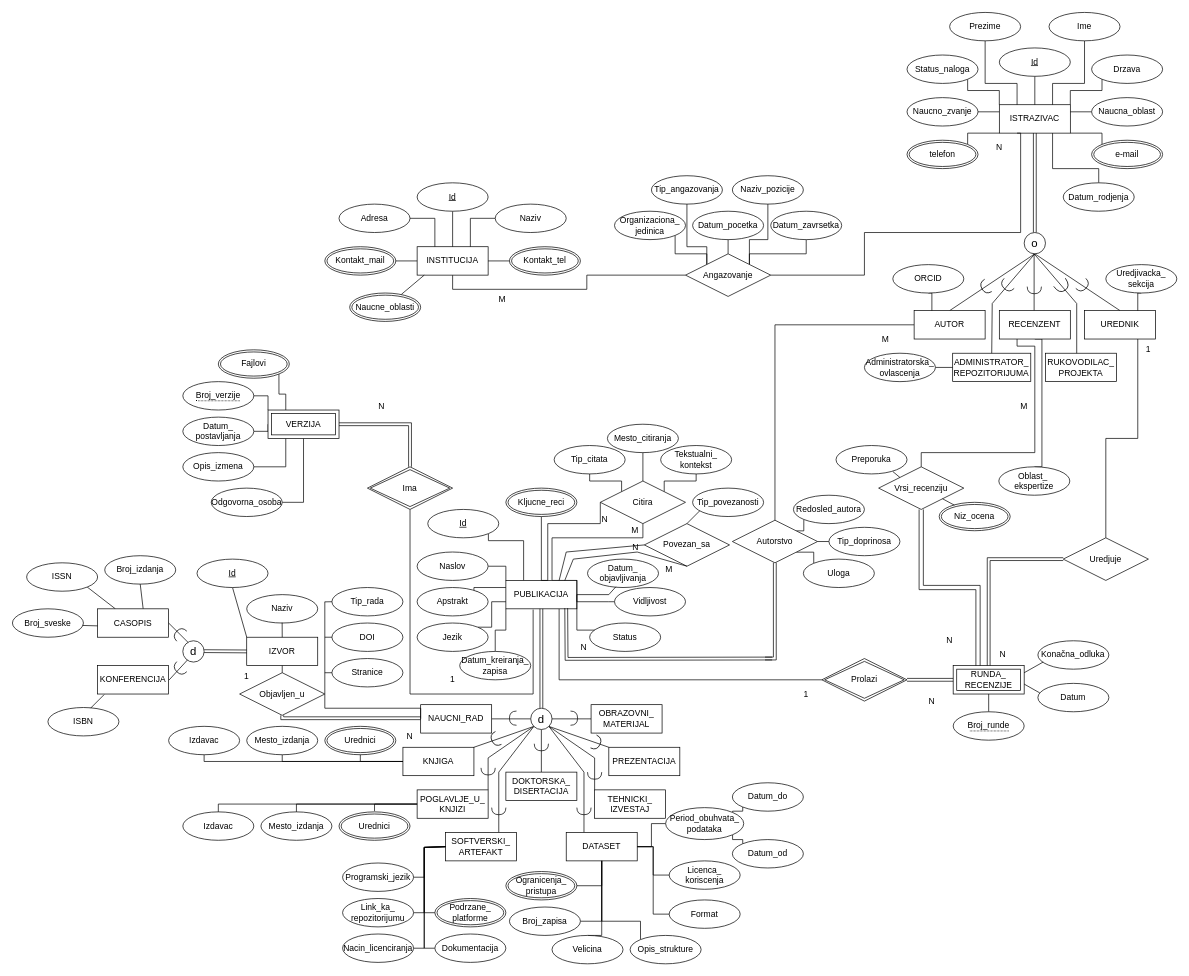
VeljkoAleksic04/sistemi_baza_podataka keeps this draw.io diagram as EER_DijagramBazeV5.drawio. Above is the earlier version. Source tidied: cells renumbered, new cells numbered last; positions are measured from the earlier drawing's top-left corner, leaving out a move shared by most shapes. Both pictures are drawn from the tidied source at 71%, with x=0, y=0 at pixel (12, 12).
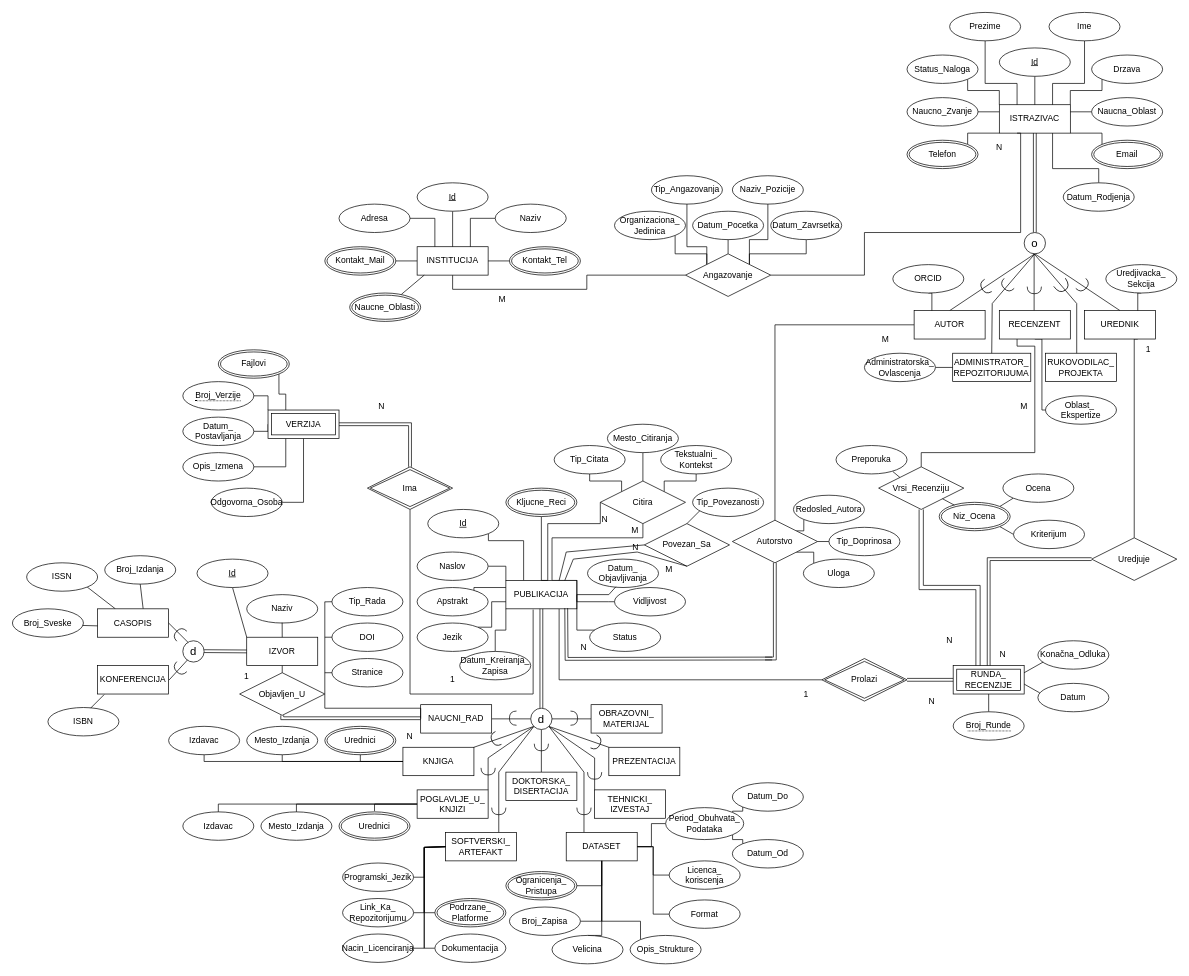
The same diagram, later.

Commit message (it also covers changes not shown here):
Izmenjen je kompletan sql fajl za kreiranje baze, radi 100%. Takodje, dodati su i sql fajlovi za brisanje baze i brisanje fajlova (za svaki slucaj)

The change refers to these unchanged cells:
```xml
<mxCell id="48" value="UREDNIK" style="whiteSpace=wrap;html=1;align=center;" parent="1" vertex="1">
  <mxGeometry x="1510" y="420" width="100" height="40" as="geometry" />
</mxCell>
<mxCell id="51" value="RECENZENT" style="whiteSpace=wrap;html=1;align=center;" parent="1" vertex="1">
  <mxGeometry x="1390" y="420" width="100" height="40" as="geometry" />
</mxCell>
<mxCell id="193" value="RUNDA_&lt;br&gt;RECENZIJE" style="shape=ext;margin=3;double=1;whiteSpace=wrap;html=1;align=center;" parent="1" vertex="1">
  <mxGeometry x="1325" y="920" width="100" height="40" as="geometry" />
</mxCell>
```

What changed in the source:
```diff
@@
-    <mxCell id="16" value="Kontakt_mail" style="ellipse;shape=doubleEllipse;margin=3;whiteSpace=wrap;html=1;align=center;" parent="1" vertex="1">
+    <mxCell id="16" value="Kontakt_Mail" style="ellipse;shape=doubleEllipse;margin=3;whiteSpace=wrap;html=1;align=center;" parent="1" vertex="1">
       <mxGeometry x="440" y="330" width="100" height="40" as="geometry" />
     </mxCell>
@@
-    <mxCell id="18" value="Kontakt_tel" style="ellipse;shape=doubleEllipse;margin=3;whiteSpace=wrap;html=1;align=center;" parent="1" vertex="1">
+    <mxCell id="18" value="Kontakt_Tel" style="ellipse;shape=doubleEllipse;margin=3;whiteSpace=wrap;html=1;align=center;" parent="1" vertex="1">
       <mxGeometry x="700" y="330" width="100" height="40" as="geometry" />
     </mxCell>
@@
-    <mxCell id="22" value="Status_naloga" style="ellipse;whiteSpace=wrap;html=1;align=center;" parent="1" vertex="1">
+    <mxCell id="22" value="Status_Naloga" style="ellipse;whiteSpace=wrap;html=1;align=center;" parent="1" vertex="1">
       <mxGeometry x="1260" y="60" width="100" height="40" as="geometry" />
     </mxCell>
@@
-    <mxCell id="24" value="Naucno_zvanje" style="ellipse;whiteSpace=wrap;html=1;align=center;" parent="1" vertex="1">
+    <mxCell id="24" value="Naucno_Zvanje" style="ellipse;whiteSpace=wrap;html=1;align=center;" parent="1" vertex="1">
       <mxGeometry x="1260" y="120" width="100" height="40" as="geometry" />
     </mxCell>
@@
-    <mxCell id="26" value="Naucna_oblast" style="ellipse;whiteSpace=wrap;html=1;align=center;" parent="1" vertex="1">
+    <mxCell id="26" value="Naucna_Oblast" style="ellipse;whiteSpace=wrap;html=1;align=center;" parent="1" vertex="1">
       <mxGeometry x="1520" y="120" width="100" height="40" as="geometry" />
     </mxCell>
@@
-    <mxCell id="30" value="telefon" style="ellipse;shape=doubleEllipse;margin=3;whiteSpace=wrap;html=1;align=center;" parent="1" vertex="1">
+    <mxCell id="30" value="Telefon" style="ellipse;shape=doubleEllipse;margin=3;whiteSpace=wrap;html=1;align=center;" parent="1" vertex="1">
       <mxGeometry x="1260" y="180" width="100" height="40" as="geometry" />
     </mxCell>
@@
-    <mxCell id="32" value="e-mail" style="ellipse;shape=doubleEllipse;margin=3;whiteSpace=wrap;html=1;align=center;" parent="1" vertex="1">
+    <mxCell id="32" value="Email" style="ellipse;shape=doubleEllipse;margin=3;whiteSpace=wrap;html=1;align=center;" parent="1" vertex="1">
       <mxGeometry x="1520" y="180" width="100" height="40" as="geometry" />
     </mxCell>
@@
-    <mxCell id="36" value="Datum_rodjenja" style="ellipse;whiteSpace=wrap;html=1;align=center;" parent="1" vertex="1">
+    <mxCell id="36" value="Datum_Rodjenja" style="ellipse;whiteSpace=wrap;html=1;align=center;" parent="1" vertex="1">
       <mxGeometry x="1480" y="240" width="100" height="40" as="geometry" />
     </mxCell>
@@
     <mxCell id="47" style="edgeStyle=orthogonalEdgeStyle;rounded=0;jettySize=auto;html=1;exitX=0.75;exitY=1;exitDx=0;exitDy=0;entryX=0.5;entryY=0;entryDx=0;entryDy=0;endArrow=none;endFill=0;" parent="1" edge="1" source="48" target="194">
-      <mxGeometry relative="1" as="geometry" />
+      <mxGeometry relative="1" as="geometry">
+        <Array as="points">
+          <mxPoint x="1580" y="460" />
+        </Array>
+      </mxGeometry>
     </mxCell>
@@
-    <mxCell id="49" style="edgeStyle=orthogonalEdgeStyle;rounded=0;jettySize=auto;html=1;exitX=0.5;exitY=1;exitDx=0;exitDy=0;entryX=0.5;entryY=0;entryDx=0;entryDy=0;endArrow=none;endFill=0;" parent="1" edge="1" source="51" target="62">
+    <mxCell id="49" style="edgeStyle=orthogonalEdgeStyle;rounded=0;jettySize=auto;html=1;exitX=0.5;exitY=1;exitDx=0;exitDy=0;entryX=0;entryY=0.5;entryDx=0;entryDy=0;endArrow=none;endFill=0;" parent="1" edge="1" source="51" target="62">
       <mxGeometry relative="1" as="geometry">
         <Array as="points">
           <mxPoint x="1450" y="460" />
-          <mxPoint x="1450" y="640" />
+          <mxPoint x="1450" y="560" />
         </Array>
       </mxGeometry>
     </mxCell>
@@
-    <mxCell id="62" value="Oblast_&amp;nbsp;&lt;div&gt;ekspertize&lt;/div&gt;" style="ellipse;whiteSpace=wrap;html=1;align=center;" parent="1" vertex="1">
-      <mxGeometry x="1389.3" y="640" width="100" height="40" as="geometry" />
+    <mxCell id="62" value="Oblast_&amp;nbsp;&lt;div&gt;Ekspertize&lt;/div&gt;" style="ellipse;whiteSpace=wrap;html=1;align=center;" parent="1" vertex="1">
+      <mxGeometry x="1455" y="540" width="100" height="40" as="geometry" />
     </mxCell>
@@
-    <mxCell id="64" value="Uredjivacka_ sekcija" style="ellipse;whiteSpace=wrap;html=1;align=center;" parent="1" vertex="1">
+    <mxCell id="64" value="Uredjivacka_ Sekcija" style="ellipse;whiteSpace=wrap;html=1;align=center;" parent="1" vertex="1">
       <mxGeometry x="1540" y="355.2" width="100" height="40" as="geometry" />
     </mxCell>
@@
-    <mxCell id="66" value="Administratorska_ ovlascenja" style="ellipse;whiteSpace=wrap;html=1;align=center;" parent="1" vertex="1">
+    <mxCell id="66" value="Administratorska_ Ovlascenja" style="ellipse;whiteSpace=wrap;html=1;align=center;" parent="1" vertex="1">
       <mxGeometry x="1200" y="480" width="100" height="40" as="geometry" />
     </mxCell>
@@
-    <mxCell id="73" value="Kljucne_reci" style="ellipse;shape=doubleEllipse;margin=3;whiteSpace=wrap;html=1;align=center;" parent="1" vertex="1">
+    <mxCell id="73" value="Kljucne_Reci" style="ellipse;shape=doubleEllipse;margin=3;whiteSpace=wrap;html=1;align=center;" parent="1" vertex="1">
       <mxGeometry x="695" y="670" width="100" height="40" as="geometry" />
     </mxCell>
@@
-    <mxCell id="75" value="Datum_kreiranja_ zapisa" style="ellipse;whiteSpace=wrap;html=1;align=center;" parent="1" vertex="1">
+    <mxCell id="75" value="Datum_Kreiranja_ Zapisa" style="ellipse;whiteSpace=wrap;html=1;align=center;" parent="1" vertex="1">
       <mxGeometry x="630" y="900" width="100" height="40" as="geometry" />
     </mxCell>
@@
-    <mxCell id="80" value="Datum_ objavljivanja" style="ellipse;whiteSpace=wrap;html=1;align=center;" parent="1" vertex="1">
+    <mxCell id="80" value="Datum_ Objavljivanja" style="ellipse;whiteSpace=wrap;html=1;align=center;" parent="1" vertex="1">
       <mxGeometry x="810" y="770" width="100" height="40" as="geometry" />
     </mxCell>
@@
-    <mxCell id="116" value="Mesto_izdanja" style="ellipse;whiteSpace=wrap;html=1;align=center;" parent="1" vertex="1">
+    <mxCell id="116" value="Mesto_Izdanja" style="ellipse;whiteSpace=wrap;html=1;align=center;" parent="1" vertex="1">
       <mxGeometry x="330" y="1005.5" width="100" height="40" as="geometry" />
     </mxCell>
@@
-    <mxCell id="121" value="Mesto_izdanja" style="ellipse;whiteSpace=wrap;html=1;align=center;" parent="1" vertex="1">
+    <mxCell id="121" value="Mesto_Izdanja" style="ellipse;whiteSpace=wrap;html=1;align=center;" parent="1" vertex="1">
       <mxGeometry x="350" y="1126" width="100" height="40" as="geometry" />
     </mxCell>
@@
-    <mxCell id="127" value="Opis_strukture" style="ellipse;whiteSpace=wrap;html=1;align=center;" parent="1" vertex="1">
+    <mxCell id="127" value="Opis_Strukture" style="ellipse;whiteSpace=wrap;html=1;align=center;" parent="1" vertex="1">
       <mxGeometry x="870" y="1300" width="100" height="40" as="geometry" />
     </mxCell>
@@
-    <mxCell id="129" value="Broj_zapisa" style="ellipse;whiteSpace=wrap;html=1;align=center;" parent="1" vertex="1">
+    <mxCell id="129" value="Broj_Zapisa" style="ellipse;whiteSpace=wrap;html=1;align=center;" parent="1" vertex="1">
       <mxGeometry x="700" y="1260" width="100" height="40" as="geometry" />
     </mxCell>
@@
-    <mxCell id="135" value="Datum_do" style="ellipse;whiteSpace=wrap;html=1;align=center;" parent="1" vertex="1">
+    <mxCell id="135" value="Datum_Do" style="ellipse;whiteSpace=wrap;html=1;align=center;" parent="1" vertex="1">
       <mxGeometry x="1014" y="1085" width="100" height="40" as="geometry" />
     </mxCell>
@@
-    <mxCell id="137" value="Datum_od" style="ellipse;whiteSpace=wrap;html=1;align=center;" parent="1" vertex="1">
+    <mxCell id="137" value="Datum_Od" style="ellipse;whiteSpace=wrap;html=1;align=center;" parent="1" vertex="1">
       <mxGeometry x="1014" y="1165" width="100" height="40" as="geometry" />
     </mxCell>
@@
-    <mxCell id="139" value="Period_obuhvata_ podataka" style="ellipse;whiteSpace=wrap;html=1;align=center;" parent="1" vertex="1">
+    <mxCell id="139" value="Period_Obuhvata_ Podataka" style="ellipse;whiteSpace=wrap;html=1;align=center;" parent="1" vertex="1">
       <mxGeometry x="920" y="1120" width="110" height="45" as="geometry" />
     </mxCell>
@@
-    <mxCell id="141" value="Ogranicenja_ pristupa" style="ellipse;shape=doubleEllipse;margin=3;whiteSpace=wrap;html=1;align=center;" parent="1" vertex="1">
+    <mxCell id="141" value="Ogranicenja_ Pristupa" style="ellipse;shape=doubleEllipse;margin=3;whiteSpace=wrap;html=1;align=center;" parent="1" vertex="1">
       <mxGeometry x="695" y="1210" width="100" height="40" as="geometry" />
     </mxCell>
@@
-    <mxCell id="146" value="Nacin_licenciranja" style="ellipse;whiteSpace=wrap;html=1;align=center;" parent="1" vertex="1">
+    <mxCell id="146" value="Nacin_Licenciranja" style="ellipse;whiteSpace=wrap;html=1;align=center;" parent="1" vertex="1">
       <mxGeometry x="465" y="1298" width="100" height="40" as="geometry" />
     </mxCell>
@@
-    <mxCell id="148" value="Link_ka_ repozitorijumu" style="ellipse;whiteSpace=wrap;html=1;align=center;" parent="1" vertex="1">
+    <mxCell id="148" value="Link_Ka_ Repozitorijumu" style="ellipse;whiteSpace=wrap;html=1;align=center;" parent="1" vertex="1">
       <mxGeometry x="465" y="1248" width="100" height="40" as="geometry" />
     </mxCell>
@@
-    <mxCell id="150" value="Programski_jezik" style="ellipse;whiteSpace=wrap;html=1;align=center;" parent="1" vertex="1">
+    <mxCell id="150" value="Programski_Jezik" style="ellipse;whiteSpace=wrap;html=1;align=center;" parent="1" vertex="1">
       <mxGeometry x="465" y="1198" width="100" height="40" as="geometry" />
     </mxCell>
-    <mxCell id="151" value="Podrzane_&lt;br&gt;platforme" style="ellipse;shape=doubleEllipse;margin=3;whiteSpace=wrap;html=1;align=center;" parent="1" vertex="1">
+    <mxCell id="151" value="Podrzane_&lt;br&gt;Platforme" style="ellipse;shape=doubleEllipse;margin=3;whiteSpace=wrap;html=1;align=center;" parent="1" vertex="1">
       <mxGeometry x="595" y="1248" width="100" height="40" as="geometry" />
     </mxCell>
@@
-    <mxCell id="153" value="Datum_pocetka" style="ellipse;whiteSpace=wrap;html=1;align=center;" parent="1" vertex="1">
+    <mxCell id="153" value="Datum_Pocetka" style="ellipse;whiteSpace=wrap;html=1;align=center;" parent="1" vertex="1">
       <mxGeometry x="958" y="280" width="100" height="40" as="geometry" />
     </mxCell>
@@
-    <mxCell id="155" value="Datum_zavrsetka" style="ellipse;whiteSpace=wrap;html=1;align=center;" parent="1" vertex="1">
+    <mxCell id="155" value="Datum_Zavrsetka" style="ellipse;whiteSpace=wrap;html=1;align=center;" parent="1" vertex="1">
       <mxGeometry x="1068" y="280" width="100" height="40" as="geometry" />
     </mxCell>
@@
-    <mxCell id="157" value="Naziv_pozicije" style="ellipse;whiteSpace=wrap;html=1;align=center;" parent="1" vertex="1">
+    <mxCell id="157" value="Naziv_Pozicije" style="ellipse;whiteSpace=wrap;html=1;align=center;" parent="1" vertex="1">
       <mxGeometry x="1014" y="230" width="100" height="40" as="geometry" />
     </mxCell>
@@
-    <mxCell id="159" value="Tip_angazovanja" style="ellipse;whiteSpace=wrap;html=1;align=center;" parent="1" vertex="1">
+    <mxCell id="159" value="Tip_Angazovanja" style="ellipse;whiteSpace=wrap;html=1;align=center;" parent="1" vertex="1">
       <mxGeometry x="900" y="230" width="100" height="40" as="geometry" />
     </mxCell>
@@
-    <mxCell id="161" value="Organizaciona_ jedinica" style="ellipse;whiteSpace=wrap;html=1;align=center;" parent="1" vertex="1">
+    <mxCell id="161" value="Organizaciona_ Jedinica" style="ellipse;whiteSpace=wrap;html=1;align=center;" parent="1" vertex="1">
       <mxGeometry x="848" y="280" width="100" height="40" as="geometry" />
     </mxCell>
@@
-    <mxCell id="170" value="&lt;div&gt;Odgovorna_osoba&lt;/div&gt;" style="ellipse;whiteSpace=wrap;html=1;align=center;" parent="1" vertex="1">
+    <mxCell id="170" value="&lt;div&gt;Odgovorna_Osoba&lt;/div&gt;" style="ellipse;whiteSpace=wrap;html=1;align=center;" parent="1" vertex="1">
       <mxGeometry x="280" y="670" width="100" height="40" as="geometry" />
     </mxCell>
-    <mxCell id="171" value="&lt;div&gt;Opis_izmena&lt;/div&gt;" style="ellipse;whiteSpace=wrap;html=1;align=center;" parent="1" vertex="1">
+    <mxCell id="171" value="&lt;div&gt;Opis_Izmena&lt;/div&gt;" style="ellipse;whiteSpace=wrap;html=1;align=center;" parent="1" vertex="1">
       <mxGeometry x="240" y="620" width="100" height="40" as="geometry" />
     </mxCell>
-    <mxCell id="172" value="Datum_&lt;br&gt;postavljanja" style="ellipse;whiteSpace=wrap;html=1;align=center;" parent="1" vertex="1">
+    <mxCell id="172" value="Datum_&lt;br&gt;Postavljanja" style="ellipse;whiteSpace=wrap;html=1;align=center;" parent="1" vertex="1">
       <mxGeometry x="240" y="570" width="100" height="40" as="geometry" />
     </mxCell>
@@
-    <mxCell id="179" value="Tip_doprinosa" style="ellipse;whiteSpace=wrap;html=1;align=center;fontStyle=0;" parent="1" vertex="1">
+    <mxCell id="179" value="Tip_Doprinosa" style="ellipse;whiteSpace=wrap;html=1;align=center;fontStyle=0;" parent="1" vertex="1">
       <mxGeometry x="1150" y="725.2" width="100" height="40" as="geometry" />
     </mxCell>
-    <mxCell id="180" value="Redosled_autora" style="ellipse;whiteSpace=wrap;html=1;align=center;fontStyle=0;strokeColor=default;" parent="1" vertex="1">
+    <mxCell id="180" value="Redosled_Autora" style="ellipse;whiteSpace=wrap;html=1;align=center;fontStyle=0;strokeColor=default;" parent="1" vertex="1">
       <mxGeometry x="1100" y="680" width="100" height="40" as="geometry" />
     </mxCell>
@@
-    <mxCell id="186" value="&lt;div&gt;Tip_citata&lt;/div&gt;" style="ellipse;whiteSpace=wrap;html=1;align=center;" parent="1" vertex="1">
+    <mxCell id="186" value="&lt;div&gt;Tip_Citata&lt;/div&gt;" style="ellipse;whiteSpace=wrap;html=1;align=center;" parent="1" vertex="1">
       <mxGeometry x="763" y="610" width="100" height="40" as="geometry" />
     </mxCell>
-    <mxCell id="187" value="&lt;div&gt;Mesto_citiranja&lt;/div&gt;" style="ellipse;whiteSpace=wrap;html=1;align=center;" parent="1" vertex="1">
+    <mxCell id="187" value="&lt;div&gt;Mesto_Citiranja&lt;/div&gt;" style="ellipse;whiteSpace=wrap;html=1;align=center;" parent="1" vertex="1">
       <mxGeometry x="838" y="580" width="100" height="40" as="geometry" />
     </mxCell>
-    <mxCell id="188" value="Tekstualni_ kontekst" style="ellipse;whiteSpace=wrap;html=1;align=center;" parent="1" vertex="1">
+    <mxCell id="188" value="Tekstualni_ Kontekst" style="ellipse;whiteSpace=wrap;html=1;align=center;" parent="1" vertex="1">
       <mxGeometry x="913" y="610" width="100" height="40" as="geometry" />
     </mxCell>
@@
     <mxCell id="194" value="Uredjuje" style="shape=rhombus;perimeter=rhombusPerimeter;whiteSpace=wrap;html=1;align=center;" parent="1" vertex="1">
-      <mxGeometry x="1480" y="740" width="120" height="60" as="geometry" />
+      <mxGeometry x="1520" y="740" width="120" height="60" as="geometry" />
     </mxCell>
-    <mxCell id="195" value="Konačna_odluka" style="ellipse;whiteSpace=wrap;html=1;align=center;" parent="1" vertex="1">
+    <mxCell id="195" value="Konačna_Odluka" style="ellipse;whiteSpace=wrap;html=1;align=center;" parent="1" vertex="1">
       <mxGeometry x="1444.3" y="885" width="100" height="40" as="geometry" />
     </mxCell>
@@
+    <mxCell id="270" style="rounded=0;jettySize=auto;html=1;exitX=1;exitY=0;exitDx=0;exitDy=0;entryX=0;entryY=1;entryDx=0;entryDy=0;endArrow=none;endFill=0;" parent="1" edge="1" source="198" target="272">
+      <mxGeometry relative="1" as="geometry" />
+    </mxCell>
+    <mxCell id="271" style="rounded=0;jettySize=auto;html=1;exitX=1;exitY=1;exitDx=0;exitDy=0;entryX=0;entryY=0.5;entryDx=0;entryDy=0;endArrow=none;endFill=0;" parent="1" edge="1" source="198" target="273">
+      <mxGeometry relative="1" as="geometry" />
+    </mxCell>
-    <mxCell id="198" value="Niz_ocena" style="ellipse;shape=doubleEllipse;margin=3;whiteSpace=wrap;html=1;align=center;" parent="1" vertex="1">
+    <mxCell id="198" value="Niz_Ocena" style="ellipse;shape=doubleEllipse;margin=3;whiteSpace=wrap;html=1;align=center;" parent="1" vertex="1">
       <mxGeometry x="1305.3" y="690" width="100" height="40" as="geometry" />
     </mxCell>
-    <mxCell id="199" value="Naucne_oblasti" style="ellipse;shape=doubleEllipse;margin=3;whiteSpace=wrap;html=1;align=center;" parent="1" vertex="1">
+    <mxCell id="199" value="Naucne_Oblasti" style="ellipse;shape=doubleEllipse;margin=3;whiteSpace=wrap;html=1;align=center;" parent="1" vertex="1">
       <mxGeometry x="475" y="395.2" width="100" height="40" as="geometry" />
     </mxCell>
@@
-    <mxCell id="202" value="Tip_rada" style="ellipse;whiteSpace=wrap;html=1;align=center;" parent="1" vertex="1">
+    <mxCell id="202" value="Tip_Rada" style="ellipse;whiteSpace=wrap;html=1;align=center;" parent="1" vertex="1">
       <mxGeometry x="450" y="810" width="100" height="40" as="geometry" />
     </mxCell>
@@
-    <mxCell id="206" value="&lt;div&gt;Vrsi_recenziju&lt;/div&gt;" style="shape=rhombus;perimeter=rhombusPerimeter;whiteSpace=wrap;html=1;align=center;" parent="1" vertex="1">
+    <mxCell id="206" value="&lt;div&gt;Vrsi_Recenziju&lt;/div&gt;" style="shape=rhombus;perimeter=rhombusPerimeter;whiteSpace=wrap;html=1;align=center;" parent="1" vertex="1">
       <mxGeometry x="1220" y="640" width="120" height="60" as="geometry" />
     </mxCell>
@@
-    <mxCell id="209" value="Objavljen_u" style="shape=rhombus;perimeter=rhombusPerimeter;whiteSpace=wrap;html=1;align=center;" parent="1" vertex="1">
+    <mxCell id="209" value="Objavljen_U" style="shape=rhombus;perimeter=rhombusPerimeter;whiteSpace=wrap;html=1;align=center;" parent="1" vertex="1">
       <mxGeometry x="320" y="930" width="120" height="60" as="geometry" />
     </mxCell>
@@
-    <mxCell id="219" value="Broj_izdanja" style="ellipse;whiteSpace=wrap;html=1;align=center;" parent="1" vertex="1">
+    <mxCell id="219" value="Broj_Izdanja" style="ellipse;whiteSpace=wrap;html=1;align=center;" parent="1" vertex="1">
       <mxGeometry x="130" y="765.2" width="100" height="40" as="geometry" />
     </mxCell>
@@
-    <mxCell id="221" value="Broj_sveske" style="ellipse;whiteSpace=wrap;html=1;align=center;" parent="1" vertex="1">
+    <mxCell id="221" value="Broj_Sveske" style="ellipse;whiteSpace=wrap;html=1;align=center;" parent="1" vertex="1">
       <mxGeometry y="840" width="100" height="40" as="geometry" />
     </mxCell>
@@
-    <mxCell id="230" value="Povezan_sa" style="shape=rhombus;perimeter=rhombusPerimeter;whiteSpace=wrap;html=1;align=center;" parent="1" vertex="1">
+    <mxCell id="230" value="Povezan_Sa" style="shape=rhombus;perimeter=rhombusPerimeter;whiteSpace=wrap;html=1;align=center;" parent="1" vertex="1">
       <mxGeometry x="890" y="720" width="120" height="60" as="geometry" />
     </mxCell>
@@
-    <mxCell id="235" value="&lt;div&gt;Tip_povezanosti&lt;/div&gt;" style="ellipse;whiteSpace=wrap;html=1;align=center;" parent="1" vertex="1">
+    <mxCell id="235" value="&lt;div&gt;Tip_Povezanosti&lt;/div&gt;" style="ellipse;whiteSpace=wrap;html=1;align=center;" parent="1" vertex="1">
       <mxGeometry x="958" y="670" width="100" height="40" as="geometry" />
     </mxCell>
-    <mxCell id="236" style="edgeStyle=orthogonalEdgeStyle;rounded=0;jettySize=auto;html=1;exitX=0.5;exitY=0;exitDx=0;exitDy=0;endArrow=none;endFill=0;shape=link;" parent="1" edge="1" source="193">
+    <mxCell id="236" style="edgeStyle=orthogonalEdgeStyle;rounded=0;jettySize=auto;html=1;exitX=0.5;exitY=0;exitDx=0;exitDy=0;endArrow=none;endFill=0;shape=link;entryX=0;entryY=0.5;entryDx=0;entryDy=0;" parent="1" edge="1" source="193" target="194">
       <mxGeometry relative="1" as="geometry">
-        <mxPoint x="1480" y="770" as="targetPoint" />
         <Array as="points">
           <mxPoint x="1375" y="770" />
         </Array>
       </mxGeometry>
     </mxCell>
@@
-    <mxCell id="266" value="&lt;span style=&quot;border-bottom: 1px dotted&quot;&gt;Broj_runde&lt;/span&gt;" style="ellipse;whiteSpace=wrap;html=1;align=center;" parent="1" vertex="1">
+    <mxCell id="266" value="&lt;span style=&quot;border-bottom: 1px dotted&quot;&gt;Broj_Runde&lt;/span&gt;" style="ellipse;whiteSpace=wrap;html=1;align=center;" parent="1" vertex="1">
       <mxGeometry x="1325" y="985" width="100" height="40" as="geometry" />
     </mxCell>
-    <mxCell id="267" value="&lt;span style=&quot;border-bottom: 1px dotted&quot;&gt;Broj_verzije&lt;/span&gt;" style="ellipse;whiteSpace=wrap;html=1;align=center;" parent="1" vertex="1">
+    <mxCell id="267" value="&lt;span style=&quot;border-bottom: 1px dotted&quot;&gt;Broj_Verzije&lt;/span&gt;" style="ellipse;whiteSpace=wrap;html=1;align=center;" parent="1" vertex="1">
       <mxGeometry x="240" y="520" width="100" height="40" as="geometry" />
     </mxCell>
@@
+    <mxCell id="272" value="Ocena" style="ellipse;whiteSpace=wrap;html=1;align=center;" parent="1" vertex="1">
+      <mxGeometry x="1395" y="650" width="100" height="40" as="geometry" />
+    </mxCell>
+    <mxCell id="273" value="Kriterijum" style="ellipse;whiteSpace=wrap;html=1;align=center;" parent="1" vertex="1">
+      <mxGeometry x="1410" y="715.2" width="100" height="40" as="geometry" />
+    </mxCell>
```
